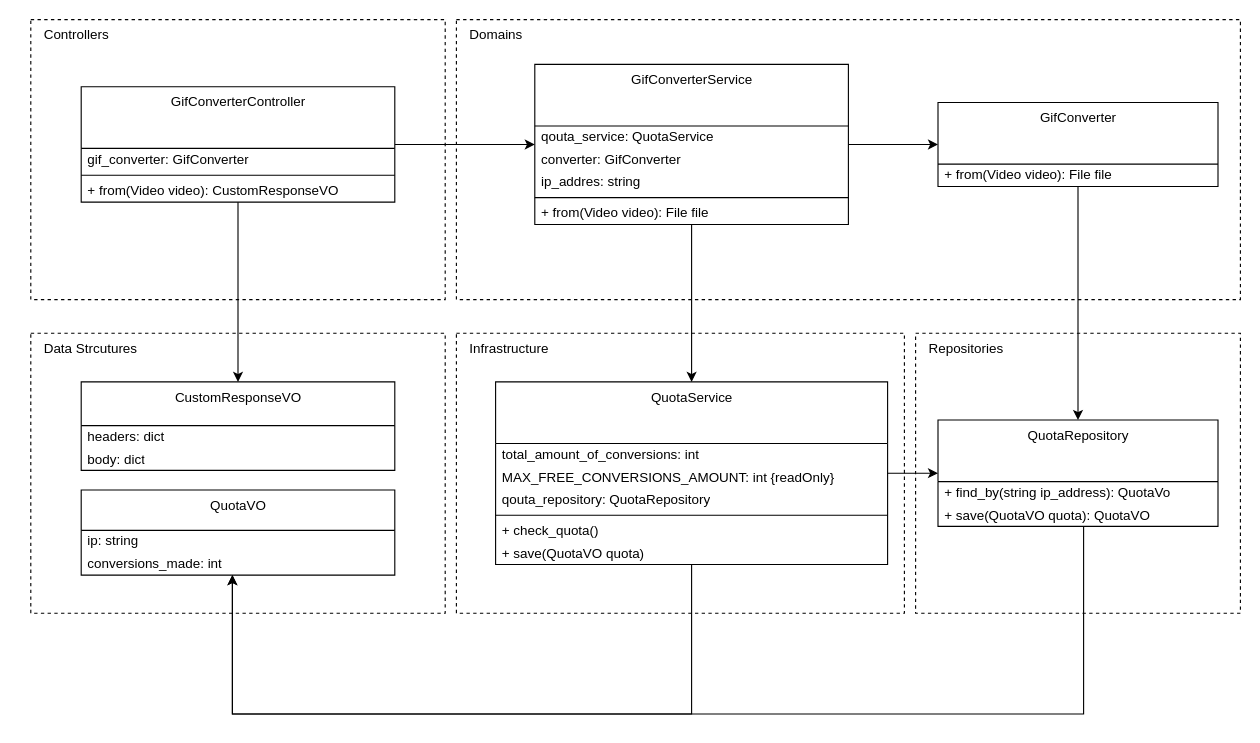
Earlier version of the draw.io diagram page "SRP-AND-SoC-NOT-BROKEN" (3 of 3) of images/clean-code-clean-systems/SRPvsSoC.drawio (GabrielSlima/blog). Source tidied: cells renumbered, new cells numbered last; positions are measured from the earlier drawing's top-left corner, leaving out a move shared by most shapes. Both pictures are drawn from the tidied source at 112%, with x=0, y=0 at pixel (30, 19).
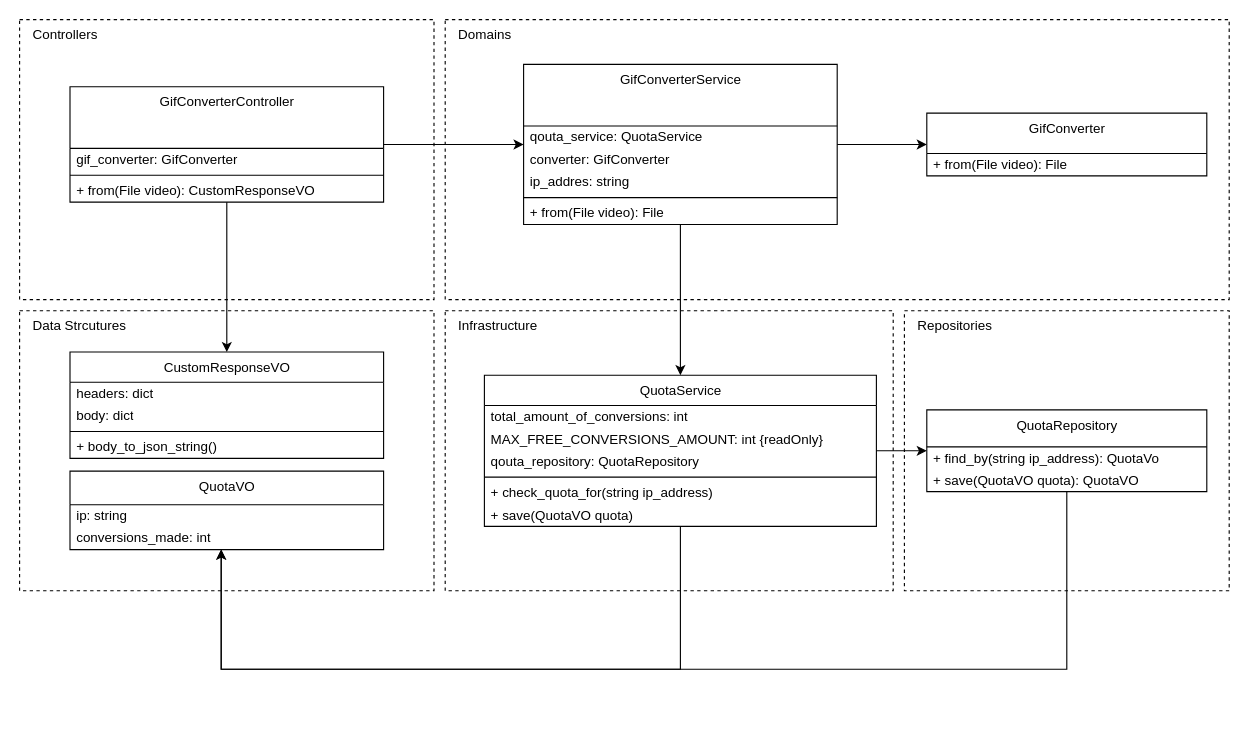
The same diagram, later.

What changed in the source:
```diff
@@
     <mxCell id="2" value="Repositories" style="rounded=0;whiteSpace=wrap;html=1;fillColor=none;gradientColor=none;align=left;verticalAlign=top;spacingLeft=10;dashed=1;" parent="1" vertex="1">
-      <mxGeometry x="790" y="280" width="290" height="250" as="geometry" />
+      <mxGeometry x="780" y="260" width="290" height="250" as="geometry" />
     </mxCell>
     <mxCell id="3" value="Controllers" style="rounded=0;whiteSpace=wrap;html=1;fillColor=none;gradientColor=none;align=left;verticalAlign=top;spacingLeft=10;dashed=1;" parent="1" vertex="1">
-      <mxGeometry width="370" height="250" as="geometry" />
+      <mxGeometry x="-10" width="370" height="250" as="geometry" />
     </mxCell>
     <mxCell id="4" value="Infrastructure" style="rounded=0;whiteSpace=wrap;html=1;fillColor=none;gradientColor=none;align=left;verticalAlign=top;spacingLeft=10;dashed=1;" parent="1" vertex="1">
-      <mxGeometry x="380" y="280" width="400" height="250" as="geometry" />
+      <mxGeometry x="370" y="260" width="400" height="250" as="geometry" />
     </mxCell>
     <mxCell id="5" value="Domains" style="rounded=0;whiteSpace=wrap;html=1;fillColor=none;gradientColor=none;align=left;verticalAlign=top;spacingLeft=10;dashed=1;" parent="1" vertex="1">
-      <mxGeometry x="380" width="700" height="250" as="geometry" />
+      <mxGeometry x="370" width="700" height="250" as="geometry" />
     </mxCell>
     <mxCell id="6" value="Data Strcutures" style="rounded=0;whiteSpace=wrap;html=1;fillColor=none;gradientColor=none;align=left;verticalAlign=top;spacingLeft=10;dashed=1;" parent="1" vertex="1">
-      <mxGeometry y="280" width="370" height="250" as="geometry" />
+      <mxGeometry x="-10" y="260" width="370" height="250" as="geometry" />
     </mxCell>
-    <mxCell id="7" style="edgeStyle=orthogonalEdgeStyle;rounded=0;jettySize=auto;html=1;" parent="1" edge="1" source="8" target="11">
-      <mxGeometry relative="1" as="geometry" />
-    </mxCell>
-    <mxCell id="8" value="GifConverter" style="swimlane;fontStyle=0;align=center;verticalAlign=top;horizontal=1;startSize=55;html=1;" parent="1" vertex="1">
-      <mxGeometry x="810" y="74" width="250" height="75" as="geometry" />
+    <mxCell id="8" value="GifConverter" style="swimlane;fontStyle=0;align=center;verticalAlign=top;horizontal=1;startSize=36;html=1;fillColor=none;" parent="1" vertex="1">
+      <mxGeometry x="800" y="83.5" width="250" height="56" as="geometry" />
     </mxCell>
-    <mxCell id="9" value="+ from(Video video): File file" style="text;html=1;strokeColor=none;fillColor=none;align=left;verticalAlign=middle;spacingLeft=4;spacingRight=4;overflow=hidden;" parent="8" vertex="1">
-      <mxGeometry y="55" width="250" height="20" as="geometry" />
+    <mxCell id="9" value="+ from(File video): File" style="text;html=1;strokeColor=none;fillColor=none;align=left;verticalAlign=middle;spacingLeft=4;spacingRight=4;overflow=hidden;" parent="8" vertex="1">
+      <mxGeometry y="36" width="250" height="20" as="geometry" />
     </mxCell>
     <mxCell id="10" style="edgeStyle=orthogonalEdgeStyle;rounded=0;jettySize=auto;html=1;" parent="1" edge="1" source="11" target="14">
       <mxGeometry relative="1" as="geometry">
         <Array as="points">
-          <mxPoint x="940" y="620" />
-          <mxPoint x="180" y="620" />
+          <mxPoint x="925" y="580" />
+          <mxPoint x="170" y="580" />
         </Array>
       </mxGeometry>
     </mxCell>
-    <mxCell id="11" value="QuotaRepository" style="swimlane;fontStyle=0;align=center;verticalAlign=top;horizontal=1;startSize=55;html=1;" parent="1" vertex="1">
-      <mxGeometry x="810" y="357.5" width="250" height="95" as="geometry" />
+    <mxCell id="11" value="QuotaRepository" style="swimlane;fontStyle=0;align=center;verticalAlign=top;horizontal=1;startSize=33;html=1;fillColor=none;" parent="1" vertex="1">
+      <mxGeometry x="800" y="348.5" width="250" height="73" as="geometry" />
     </mxCell>
     <mxCell id="12" value="+ find_by(string ip_address): QuotaVo" style="text;html=1;strokeColor=none;fillColor=none;align=left;verticalAlign=middle;spacingLeft=4;spacingRight=4;overflow=hidden;" parent="11" vertex="1">
-      <mxGeometry y="55" width="250" height="20" as="geometry" />
+      <mxGeometry y="33" width="250" height="20" as="geometry" />
     </mxCell>
     <mxCell id="13" value="+ save(QuotaVO quota): QuotaVO" style="text;html=1;strokeColor=none;fillColor=none;align=left;verticalAlign=middle;spacingLeft=4;spacingRight=4;overflow=hidden;" parent="11" vertex="1">
-      <mxGeometry y="75" width="250" height="20" as="geometry" />
+      <mxGeometry y="53" width="250" height="20" as="geometry" />
     </mxCell>
-    <mxCell id="14" value="QuotaVO" style="swimlane;fontStyle=0;align=center;verticalAlign=top;horizontal=1;startSize=36;html=1;" parent="1" vertex="1">
-      <mxGeometry x="45" y="420" width="280" height="76" as="geometry" />
+    <mxCell id="14" value="QuotaVO" style="swimlane;fontStyle=0;align=center;verticalAlign=top;horizontal=1;startSize=30;html=1;fillColor=none;" parent="1" vertex="1">
+      <mxGeometry x="35" y="403.2" width="280" height="70" as="geometry" />
     </mxCell>
     <mxCell id="15" value="&lt;div&gt;ip: string&lt;/div&gt;" style="text;html=1;strokeColor=none;fillColor=none;align=left;verticalAlign=middle;spacingLeft=4;spacingRight=4;overflow=hidden;" parent="14" vertex="1">
-      <mxGeometry y="36" width="280" height="20" as="geometry" />
+      <mxGeometry y="30" width="280" height="20" as="geometry" />
     </mxCell>
     <mxCell id="16" value="&lt;div&gt;conversions_made: int&lt;/div&gt;" style="text;html=1;strokeColor=none;fillColor=none;align=left;verticalAlign=middle;spacingLeft=4;spacingRight=4;overflow=hidden;" parent="14" vertex="1">
-      <mxGeometry y="56" width="280" height="20" as="geometry" />
+      <mxGeometry y="50" width="280" height="20" as="geometry" />
     </mxCell>
@@
-    <mxCell id="19" value="GifConverterController" style="swimlane;fontStyle=0;align=center;verticalAlign=top;horizontal=1;startSize=55;html=1;" parent="1" vertex="1">
-      <mxGeometry x="45" y="60" width="280" height="103" as="geometry" />
+    <mxCell id="19" value="GifConverterController" style="swimlane;fontStyle=0;align=center;verticalAlign=top;horizontal=1;startSize=55;html=1;fillColor=none;" parent="1" vertex="1">
+      <mxGeometry x="35" y="60" width="280" height="103" as="geometry" />
     </mxCell>
@@
-    <mxCell id="22" value="+ from(Video video): CustomResponseVO" style="text;html=1;strokeColor=none;fillColor=none;align=left;verticalAlign=middle;spacingLeft=4;spacingRight=4;overflow=hidden;" parent="19" vertex="1">
+    <mxCell id="22" value="+ from(File video): CustomResponseVO" style="text;html=1;strokeColor=none;fillColor=none;align=left;verticalAlign=middle;spacingLeft=4;spacingRight=4;overflow=hidden;" parent="19" vertex="1">
       <mxGeometry y="83" width="280" height="20" as="geometry" />
     </mxCell>
@@
     <mxCell id="24" style="edgeStyle=orthogonalEdgeStyle;rounded=0;jettySize=auto;html=1;" parent="1" edge="1" source="25" target="14">
       <mxGeometry relative="1" as="geometry">
         <Array as="points">
-          <mxPoint x="590" y="620" />
-          <mxPoint x="180" y="620" />
+          <mxPoint x="580" y="580" />
+          <mxPoint x="170" y="580" />
         </Array>
       </mxGeometry>
     </mxCell>
-    <mxCell id="25" value="QuotaService" style="swimlane;fontStyle=0;align=center;verticalAlign=top;horizontal=1;startSize=55;html=1;" parent="1" vertex="1">
-      <mxGeometry x="415" y="323.5" width="350" height="163" as="geometry" />
+    <mxCell id="25" value="QuotaService" style="swimlane;fontStyle=0;align=center;verticalAlign=top;horizontal=1;startSize=27;html=1;fillColor=none;" parent="1" vertex="1">
+      <mxGeometry x="405" y="317.5" width="350" height="135" as="geometry" />
     </mxCell>
     <mxCell id="26" value="total_amount_of_conversions: int" style="text;html=1;strokeColor=none;fillColor=none;align=left;verticalAlign=middle;spacingLeft=4;spacingRight=4;overflow=hidden;" parent="25" vertex="1">
-      <mxGeometry y="55" width="350" height="20" as="geometry" />
+      <mxGeometry y="27" width="350" height="20" as="geometry" />
     </mxCell>
     <mxCell id="27" value="MAX_FREE_CONVERSIONS_AMOUNT: int {readOnly}" style="text;html=1;strokeColor=none;fillColor=none;align=left;verticalAlign=middle;spacingLeft=4;spacingRight=4;overflow=hidden;" parent="25" vertex="1">
-      <mxGeometry y="75" width="350" height="20" as="geometry" />
+      <mxGeometry y="47" width="350" height="20" as="geometry" />
     </mxCell>
     <mxCell id="28" value="qouta_repository: QuotaRepository" style="text;html=1;strokeColor=none;fillColor=none;align=left;verticalAlign=middle;spacingLeft=4;spacingRight=4;overflow=hidden;" parent="25" vertex="1">
-      <mxGeometry y="95" width="350" height="20" as="geometry" />
+      <mxGeometry y="67" width="350" height="20" as="geometry" />
     </mxCell>
     <mxCell id="29" style="line;strokeWidth=1;fillColor=none;align=left;verticalAlign=middle;spacingTop=-1;spacingLeft=3;spacingRight=3;labelPosition=right;" parent="25" vertex="1">
-      <mxGeometry y="115" width="350" height="8" as="geometry" />
+      <mxGeometry y="87" width="350" height="8" as="geometry" />
     </mxCell>
-    <mxCell id="30" value="+ check_quota()" style="text;html=1;strokeColor=none;fillColor=none;align=left;verticalAlign=middle;spacingLeft=4;spacingRight=4;overflow=hidden;" parent="25" vertex="1">
-      <mxGeometry y="123" width="350" height="20" as="geometry" />
+    <mxCell id="30" value="+ check_quota_for(string ip_address)" style="text;html=1;strokeColor=none;fillColor=none;align=left;verticalAlign=middle;spacingLeft=4;spacingRight=4;overflow=hidden;" parent="25" vertex="1">
+      <mxGeometry y="95" width="350" height="20" as="geometry" />
     </mxCell>
     <mxCell id="31" value="+ save(QuotaVO quota)" style="text;html=1;strokeColor=none;fillColor=none;align=left;verticalAlign=middle;spacingLeft=4;spacingRight=4;overflow=hidden;" parent="25" vertex="1">
-      <mxGeometry y="143" width="350" height="20" as="geometry" />
+      <mxGeometry y="115" width="350" height="20" as="geometry" />
     </mxCell>
@@
-    <mxCell id="34" value="GifConverterService" style="swimlane;fontStyle=0;align=center;verticalAlign=top;horizontal=1;startSize=55;html=1;" parent="1" vertex="1">
-      <mxGeometry x="450" y="40" width="280" height="143" as="geometry" />
+    <mxCell id="34" value="GifConverterService" style="swimlane;fontStyle=0;align=center;verticalAlign=top;horizontal=1;startSize=55;html=1;fillColor=none;" parent="1" vertex="1">
+      <mxGeometry x="440" y="40" width="280" height="143" as="geometry" />
     </mxCell>
@@
-    <mxCell id="39" value="+ from(Video video): File file" style="text;html=1;strokeColor=none;fillColor=none;align=left;verticalAlign=middle;spacingLeft=4;spacingRight=4;overflow=hidden;" parent="34" vertex="1">
+    <mxCell id="39" value="&lt;div&gt;+ from(File video): File&lt;/div&gt;&lt;div&gt;&lt;br&gt;&lt;/div&gt;" style="text;html=1;strokeColor=none;fillColor=none;align=left;verticalAlign=middle;spacingLeft=4;spacingRight=4;overflow=hidden;" parent="34" vertex="1">
       <mxGeometry y="123" width="280" height="20" as="geometry" />
     </mxCell>
-    <mxCell id="40" value="CustomResponseVO" style="swimlane;fontStyle=0;align=center;verticalAlign=top;horizontal=1;startSize=39;html=1;" parent="1" vertex="1">
-      <mxGeometry x="45" y="323.5" width="280" height="79" as="geometry" />
+    <mxCell id="40" value="CustomResponseVO" style="swimlane;fontStyle=0;align=center;verticalAlign=top;horizontal=1;startSize=27;html=1;fillColor=none;" parent="1" vertex="1">
+      <mxGeometry x="35" y="296.8" width="280" height="95" as="geometry" />
     </mxCell>
     <mxCell id="41" value="&lt;div&gt;headers: dict&lt;/div&gt;" style="text;html=1;strokeColor=none;fillColor=none;align=left;verticalAlign=middle;spacingLeft=4;spacingRight=4;overflow=hidden;" parent="40" vertex="1">
-      <mxGeometry y="39" width="280" height="20" as="geometry" />
+      <mxGeometry y="27" width="280" height="20" as="geometry" />
     </mxCell>
     <mxCell id="42" value="body: dict" style="text;html=1;strokeColor=none;fillColor=none;align=left;verticalAlign=middle;spacingLeft=4;spacingRight=4;overflow=hidden;" parent="40" vertex="1">
-      <mxGeometry y="59" width="280" height="20" as="geometry" />
+      <mxGeometry y="47" width="280" height="20" as="geometry" />
     </mxCell>
+    <mxCell id="43" style="line;strokeWidth=1;fillColor=none;align=left;verticalAlign=middle;spacingTop=-1;spacingLeft=3;spacingRight=3;labelPosition=right;html=1;" parent="40" vertex="1">
+      <mxGeometry y="67" width="280" height="8" as="geometry" />
+    </mxCell>
+    <mxCell id="44" value="+ body_to_json_string()" style="text;html=1;strokeColor=none;fillColor=none;align=left;verticalAlign=middle;spacingLeft=4;spacingRight=4;overflow=hidden;" parent="40" vertex="1">
+      <mxGeometry y="75" width="280" height="20" as="geometry" />
+    </mxCell>
```
